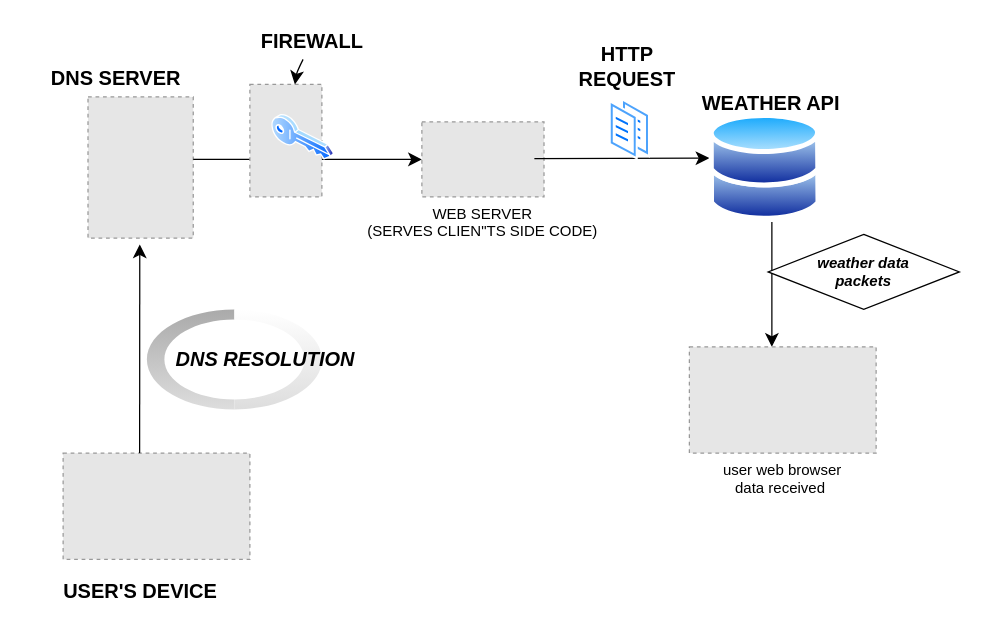
Above: 0x03-git/Untitled Diagram.drawio in Mr-wilz/alx-zero_day (draw.io), before the change. Source tidied: cells renumbered, new cells numbered last; positions are measured from the earlier drawing's top-left corner, leaving out a move shared by most shapes. Both pictures are drawn from the tidied source at 125%, with x=0, y=0 at pixel (21, 21). Pictures stored in the file or linked from it are replaced by grey dashed boxes.
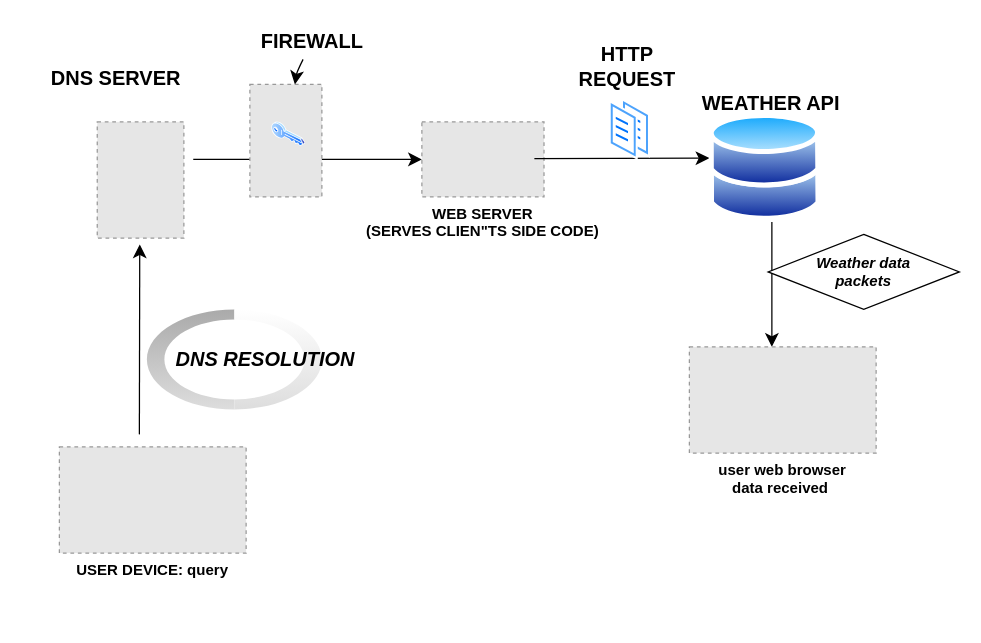
Above is the later version.

Commit message:
update weather wise

Diff of the diagram source:
```diff
@@
-    <mxCell id="2" style="fillColor=#E6E6E6;strokeColor=#999999;dashed=1;verticalLabelPosition=bottom;labelBackgroundColor=default;verticalAlign=top;" parent="1" vertex="1">
-      <mxGeometry x="33" y="345" width="149.4" height="85" as="geometry" />
+    <mxCell id="2" value="USER DEVICE: query" style="fillColor=#E6E6E6;strokeColor=#999999;dashed=1;verticalLabelPosition=bottom;labelBackgroundColor=default;verticalAlign=top;fontStyle=1;" parent="1" vertex="1">
+      <mxGeometry x="30" y="340" width="149.4" height="85" as="geometry" />
     </mxCell>
-    <mxCell id="3" value="USER'S DEVICE" style="text;html=1;align=center;verticalAlign=middle;whiteSpace=wrap;rounded=0;fontSize=16;fontStyle=1;" parent="1" vertex="1">
-      <mxGeometry y="430" width="190" height="50" as="geometry" />
-    </mxCell>
     <mxCell id="4" style="endArrow=classic;html=1;rounded=0;fontSize=12;startSize=8;endSize=8;curved=1;" parent="1" edge="1">
       <mxGeometry relative="1" as="geometry">
-        <mxPoint x="94.2" y="345" as="sourcePoint" />
+        <mxPoint x="94" y="330" as="sourcePoint" />
         <mxPoint x="94.3" y="178" as="targetPoint" />
       </mxGeometry>
     </mxCell>
@@
     <mxCell id="7" style="fillColor=#E6E6E6;strokeColor=#999999;dashed=1;verticalLabelPosition=bottom;labelBackgroundColor=default;verticalAlign=top;" parent="1" vertex="1">
-      <mxGeometry x="52.9" y="60" width="84.2" height="113" as="geometry" />
+      <mxGeometry x="60.3" y="80" width="69.3" height="93" as="geometry" />
     </mxCell>
@@
-    <mxCell id="13" value="WEB SERVER&#10;(SERVES CLIEN&quot;TS SIDE CODE)" style="fillColor=#E6E6E6;strokeColor=#999999;dashed=1;verticalLabelPosition=bottom;labelBackgroundColor=default;verticalAlign=top;" parent="1" vertex="1">
+    <mxCell id="13" value="WEB SERVER&#10;(SERVES CLIEN&quot;TS SIDE CODE)" style="fillColor=#E6E6E6;strokeColor=#999999;dashed=1;verticalLabelPosition=bottom;labelBackgroundColor=default;verticalAlign=top;fontStyle=1;" parent="1" vertex="1">
       <mxGeometry x="320" y="80" width="97.7" height="60" as="geometry" />
     </mxCell>
@@
-    <mxCell id="20" value="user web browser&#10;data received " style="fillColor=#E6E6E6;strokeColor=#999999;dashed=1;verticalLabelPosition=bottom;labelBackgroundColor=default;verticalAlign=top;" parent="1" vertex="1">
+    <mxCell id="20" value="user web browser&#10;data received " style="fillColor=#E6E6E6;strokeColor=#999999;dashed=1;verticalLabelPosition=bottom;labelBackgroundColor=default;verticalAlign=top;fontStyle=1;" parent="1" vertex="1">
       <mxGeometry x="534" y="260" width="149.4" height="85" as="geometry" />
     </mxCell>
-    <mxCell id="21" value="&lt;b&gt;&lt;i&gt;weather data&lt;br&gt;packets&lt;/i&gt;&lt;/b&gt;" style="rhombus;whiteSpace=wrap;html=1;" parent="1" vertex="1">
+    <mxCell id="21" value="&lt;i style=&quot;&quot;&gt;&lt;b&gt;Weather data&lt;br&gt;packets&lt;/b&gt;&lt;/i&gt;" style="rhombus;whiteSpace=wrap;html=1;" parent="1" vertex="1">
       <mxGeometry x="597" y="170" width="153" height="60" as="geometry" />
     </mxCell>
     <mxCell id="22" style="image;perimeter=ellipsePerimeter;html=1;align=center;shadow=0;dashed=0;spacingTop=3;image=img/lib/active_directory/key.svg;" parent="1" vertex="1">
-      <mxGeometry x="200" y="74" width="50" height="37" as="geometry" />
+      <mxGeometry x="200" y="80" width="27" height="20" as="geometry" />
     </mxCell>
```
